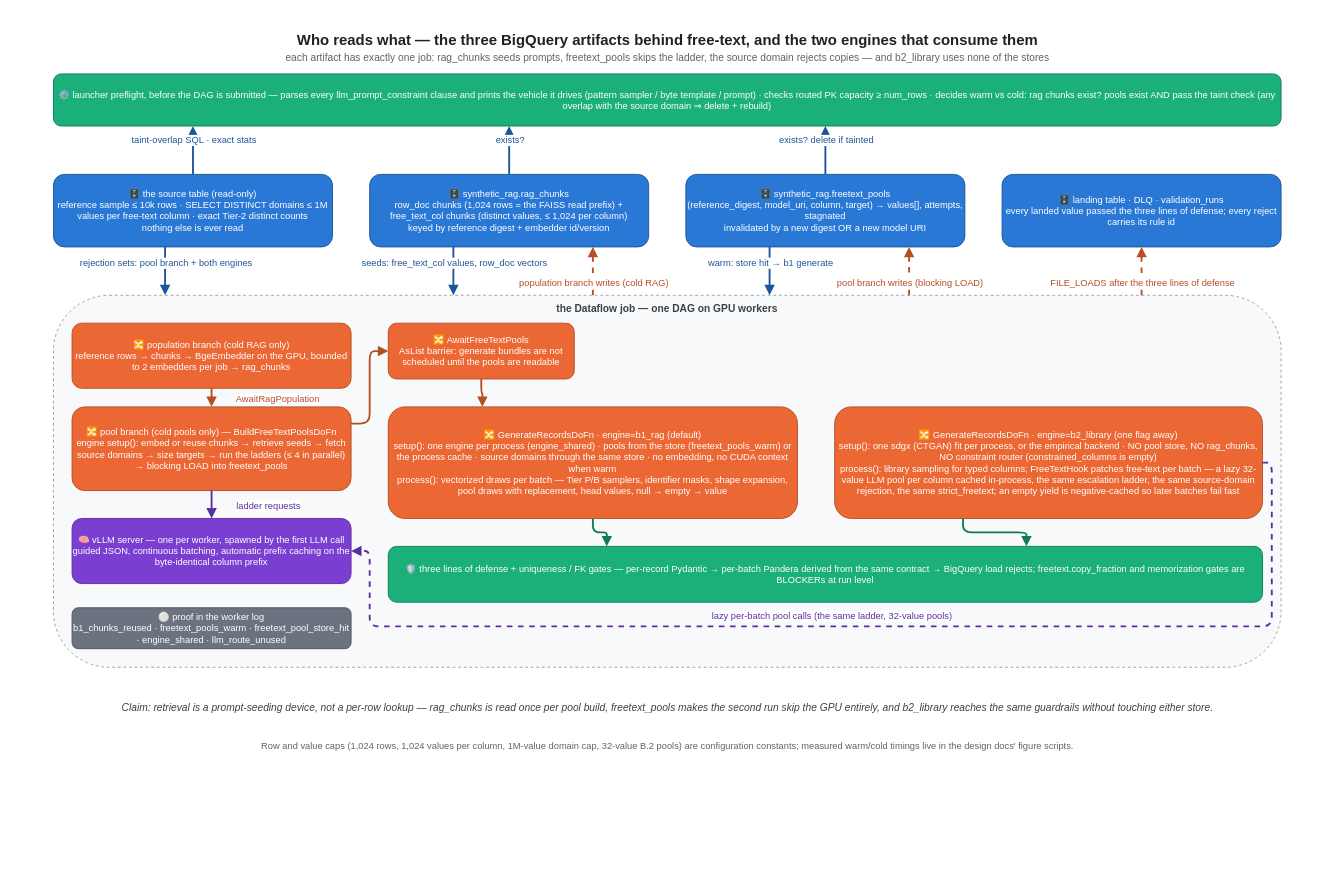
Before: docs/articles/assets/freetext-components.drawio in albertols/synthetic-llm-dataflow-bigquery, a draw.io diagram. Source tidied: cells renumbered, new cells numbered last; positions are measured from the earlier drawing's top-left corner, leaving out a move shared by most shapes. Both pictures are drawn from the tidied source at 93%, with x=0, y=0 at pixel (16, 16).
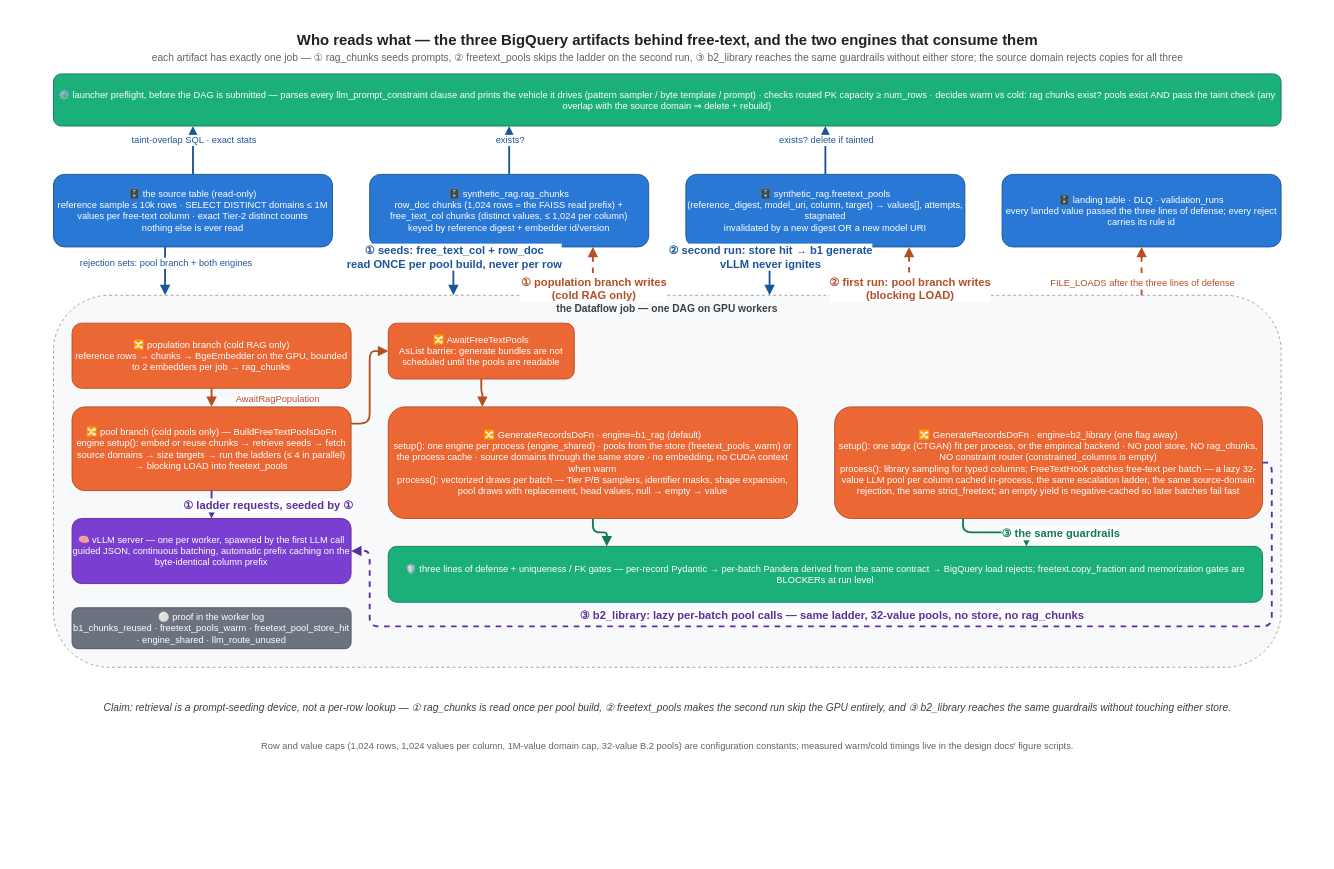
Above is the later version.

Commit message (it also covers changes not shown here):
docs(articles): article 2 revision — lesson/fix labels, pool-cap section, KV-prefix + numbered-arrow figures, references

Unchanged cells that the change refers to:
```xml
<mxCell id="19" style="edgeStyle=orthogonalEdgeStyle;rounded=1;html=1;strokeColor=#1d5599;strokeWidth=2;endArrow=block;endFill=1;exitX=0.3;exitY=1;exitDx=0;exitDy=0;entryX=0.32575757575757575;entryY=0;entryDx=0;entryDy=0;" parent="1" edge="1" source="7" target="16">
  <mxGeometry relative="1" as="geometry" />
</mxCell>
<mxCell id="21" style="edgeStyle=orthogonalEdgeStyle;rounded=1;html=1;strokeColor=#b44f26;strokeWidth=2;endArrow=block;endFill=1;dashed=1;exitX=0.4393939393939394;exitY=0;exitDx=0;exitDy=0;entryX=0.8;entryY=1;entryDx=0;entryDy=0;" parent="1" edge="1" source="16" target="7">
  <mxGeometry relative="1" as="geometry" />
</mxCell>
<mxCell id="23" style="edgeStyle=orthogonalEdgeStyle;rounded=1;html=1;strokeColor=#1d5599;strokeWidth=2;endArrow=block;endFill=1;exitX=0.3;exitY=1;exitDx=0;exitDy=0;entryX=0.5833333333333334;entryY=0;entryDx=0;entryDy=0;" parent="1" edge="1" source="8" target="16">
  <mxGeometry relative="1" as="geometry" />
</mxCell>
<mxCell id="25" style="edgeStyle=orthogonalEdgeStyle;rounded=1;html=1;strokeColor=#b44f26;strokeWidth=2;endArrow=block;endFill=1;dashed=1;exitX=0.696969696969697;exitY=0;exitDx=0;exitDy=0;entryX=0.8;entryY=1;entryDx=0;entryDy=0;" parent="1" edge="1" source="16" target="8">
  <mxGeometry relative="1" as="geometry" />
</mxCell>
<mxCell id="34" style="edgeStyle=orthogonalEdgeStyle;rounded=1;html=1;strokeColor=#5a2f9d;strokeWidth=2;endArrow=block;endFill=1;exitX=0.5;exitY=1;exitDx=0;exitDy=0;entryX=0.5;entryY=0;entryDx=0;entryDy=0;" parent="1" edge="1" source="30" target="33">
  <mxGeometry relative="1" as="geometry" />
</mxCell>
<mxCell id="42" style="edgeStyle=orthogonalEdgeStyle;rounded=1;html=1;strokeColor=#5a2f9d;strokeWidth=2;endArrow=block;endFill=1;dashed=1;exitX=1;exitY=0.5;exitDx=0;exitDy=0;entryX=1;entryY=0.5;entryDx=0;entryDy=0;" parent="1" edge="1" source="41" target="33">
  <mxGeometry relative="1" as="geometry">
    <Array as="points">
      <mxPoint x="1350" y="480" />
      <mxPoint x="1350" y="656" />
      <mxPoint x="380" y="656" />
      <mxPoint x="380" y="575" />
    </Array>
  </mxGeometry>
</mxCell>
<mxCell id="46" style="edgeStyle=orthogonalEdgeStyle;rounded=1;html=1;strokeColor=#127a55;strokeWidth=2;endArrow=block;endFill=1;exitX=0.3;exitY=1;exitDx=0;exitDy=0;entryX=0.73;entryY=0;entryDx=0;entryDy=0;" parent="1" edge="1" source="41" target="44">
  <mxGeometry relative="1" as="geometry" />
</mxCell>
```

The edit, as a diff of the source:
```diff
@@
-    <mxCell id="4" value="each artifact has exactly one job: rag_chunks seeds prompts, freetext_pools skips the ladder, the source domain rejects copies — and b2_library uses none of the stores" style="text;html=1;align=center;verticalAlign=middle;fontSize=11;fontColor=#5f6368;" parent="1" vertex="1">
+    <mxCell id="4" value="each artifact has exactly one job — ① rag_chunks seeds prompts, ② freetext_pools skips the ladder on the second run, ③ b2_library reaches the same guardrails without either store; the source domain rejects copies for all three" style="text;html=1;align=center;verticalAlign=middle;fontSize=11;fontColor=#5f6368;" parent="1" vertex="1">
       <mxGeometry x="100" y="36" width="1200" height="18" as="geometry" />
     </mxCell>
@@
-    <mxCell id="20" value="seeds: free_text_col values, row_doc vectors" style="edgeLabel;html=1;align=center;verticalAlign=middle;fontSize=10;fontColor=#1d5599;labelBackgroundColor=#ffffff;" parent="19" vertex="1">
+    <mxCell id="20" value="① seeds: free_text_col + row_doc&lt;br&gt;read ONCE per pool build, never per row" style="edgeLabel;html=1;align=center;verticalAlign=middle;fontSize=12;fontStyle=1;fontColor=#1d5599;labelBackgroundColor=#ffffff;" parent="19" vertex="1">
       <mxGeometry relative="1" as="geometry">
-        <mxPoint y="-10" as="offset" />
+        <mxPoint y="-16" as="offset" />
       </mxGeometry>
     </mxCell>
@@
-    <mxCell id="22" value="population branch writes (cold RAG)" style="edgeLabel;html=1;align=center;verticalAlign=middle;fontSize=10;fontColor=#b44f26;labelBackgroundColor=#ffffff;" parent="21" vertex="1">
+    <mxCell id="22" value="① population branch writes&lt;br&gt;(cold RAG only)" style="edgeLabel;html=1;align=center;verticalAlign=middle;fontSize=12;fontStyle=1;fontColor=#b44f26;labelBackgroundColor=#ffffff;" parent="21" vertex="1">
       <mxGeometry relative="1" as="geometry">
-        <mxPoint y="12" as="offset" />
+        <mxPoint y="18" as="offset" />
       </mxGeometry>
     </mxCell>
@@
-    <mxCell id="24" value="warm: store hit → b1 generate" style="edgeLabel;html=1;align=center;verticalAlign=middle;fontSize=10;fontColor=#1d5599;labelBackgroundColor=#ffffff;" parent="23" vertex="1">
+    <mxCell id="24" value="② second run: store hit → b1 generate&lt;br&gt;vLLM never ignites" style="edgeLabel;html=1;align=center;verticalAlign=middle;fontSize=12;fontStyle=1;fontColor=#1d5599;labelBackgroundColor=#ffffff;" parent="23" vertex="1">
       <mxGeometry relative="1" as="geometry">
-        <mxPoint y="-10" as="offset" />
+        <mxPoint y="-16" as="offset" />
       </mxGeometry>
     </mxCell>
@@
-    <mxCell id="26" value="pool branch writes (blocking LOAD)" style="edgeLabel;html=1;align=center;verticalAlign=middle;fontSize=10;fontColor=#b44f26;labelBackgroundColor=#ffffff;" parent="25" vertex="1">
+    <mxCell id="26" value="② first run: pool branch writes&lt;br&gt;(blocking LOAD)" style="edgeLabel;html=1;align=center;verticalAlign=middle;fontSize=12;fontStyle=1;fontColor=#b44f26;labelBackgroundColor=#ffffff;" parent="25" vertex="1">
       <mxGeometry relative="1" as="geometry">
-        <mxPoint y="12" as="offset" />
+        <mxPoint y="18" as="offset" />
       </mxGeometry>
     </mxCell>
@@
-    <mxCell id="35" value="ladder requests" style="edgeLabel;html=1;align=center;verticalAlign=middle;fontSize=10;fontColor=#5a2f9d;labelBackgroundColor=#ffffff;" parent="34" vertex="1">
+    <mxCell id="35" value="① ladder requests, seeded by ①" style="edgeLabel;html=1;align=center;verticalAlign=middle;fontSize=12;fontStyle=1;fontColor=#5a2f9d;labelBackgroundColor=#ffffff;" parent="34" vertex="1">
       <mxGeometry relative="1" as="geometry">
         <mxPoint x="60" as="offset" />
       </mxGeometry>
     </mxCell>
@@
-    <mxCell id="43" value="lazy per-batch pool calls (the same ladder, 32-value pools)" style="edgeLabel;html=1;align=center;verticalAlign=middle;fontSize=10;fontColor=#5a2f9d;labelBackgroundColor=#ffffff;" parent="42" vertex="1">
+    <mxCell id="43" value="③ b2_library: lazy per-batch pool calls — same ladder, 32-value pools, no store, no rag_chunks" style="edgeLabel;html=1;align=center;verticalAlign=middle;fontSize=12;fontStyle=1;fontColor=#5a2f9d;labelBackgroundColor=#ffffff;" parent="42" vertex="1">
       <mxGeometry x="0.05" relative="1" as="geometry">
         <mxPoint y="-12" as="offset" />
       </mxGeometry>
     </mxCell>
@@
+    <mxCell id="49" value="③ the same guardrails" style="edgeLabel;html=1;align=center;verticalAlign=middle;fontSize=12;fontStyle=1;fontColor=#127a55;labelBackgroundColor=#ffffff;" parent="46" vertex="1">
+      <mxGeometry relative="1" as="geometry">
+        <mxPoint x="70" as="offset" />
+      </mxGeometry>
+    </mxCell>
-    <mxCell id="47" value="Claim: retrieval is a prompt-seeding device, not a per-row lookup — rag_chunks is read once per pool build, freetext_pools makes the second run skip the GPU entirely, and b2_library reaches the same guardrails without touching either store." style="text;html=1;align=center;verticalAlign=middle;fontSize=11;fontColor=#3c4043;fontStyle=2;" parent="1" vertex="1">
+    <mxCell id="47" value="Claim: retrieval is a prompt-seeding device, not a per-row lookup — ① rag_chunks is read once per pool build, ② freetext_pools makes the second run skip the GPU entirely, and ③ b2_library reaches the same guardrails without touching either store." style="text;html=1;align=center;verticalAlign=middle;fontSize=11;fontColor=#3c4043;fontStyle=2;" parent="1" vertex="1">
       <mxGeometry x="100" y="724" width="1200" height="40" as="geometry" />
     </mxCell>
```
